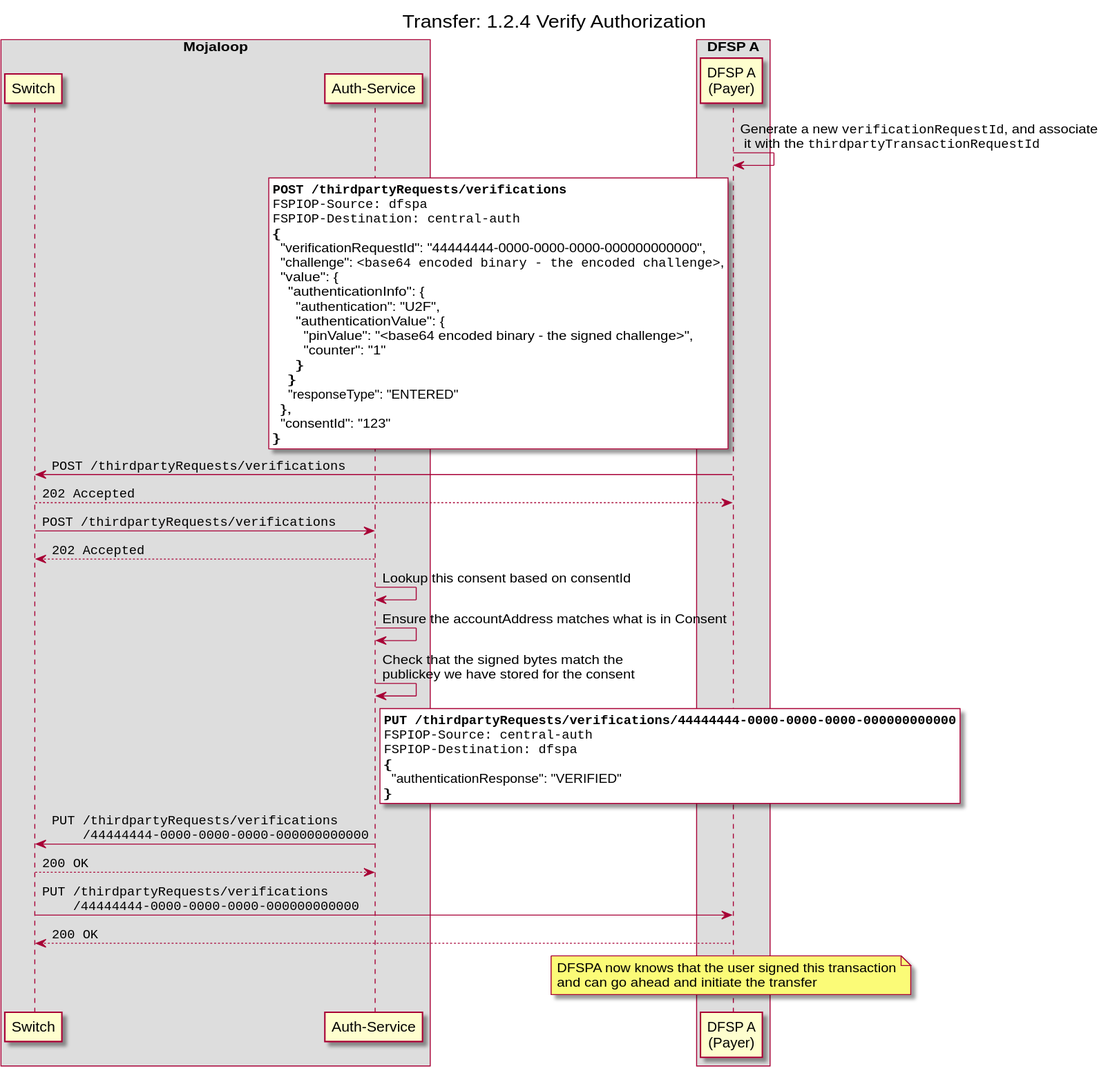
This is docs/out/transfer/1-2-4-verify-authorization.svg from mojaloop/pisp-project, a PlantUML export, as it was before one commit. Its source is kept beside it as docs/transfer/1-2-4-verify-authorization.puml.
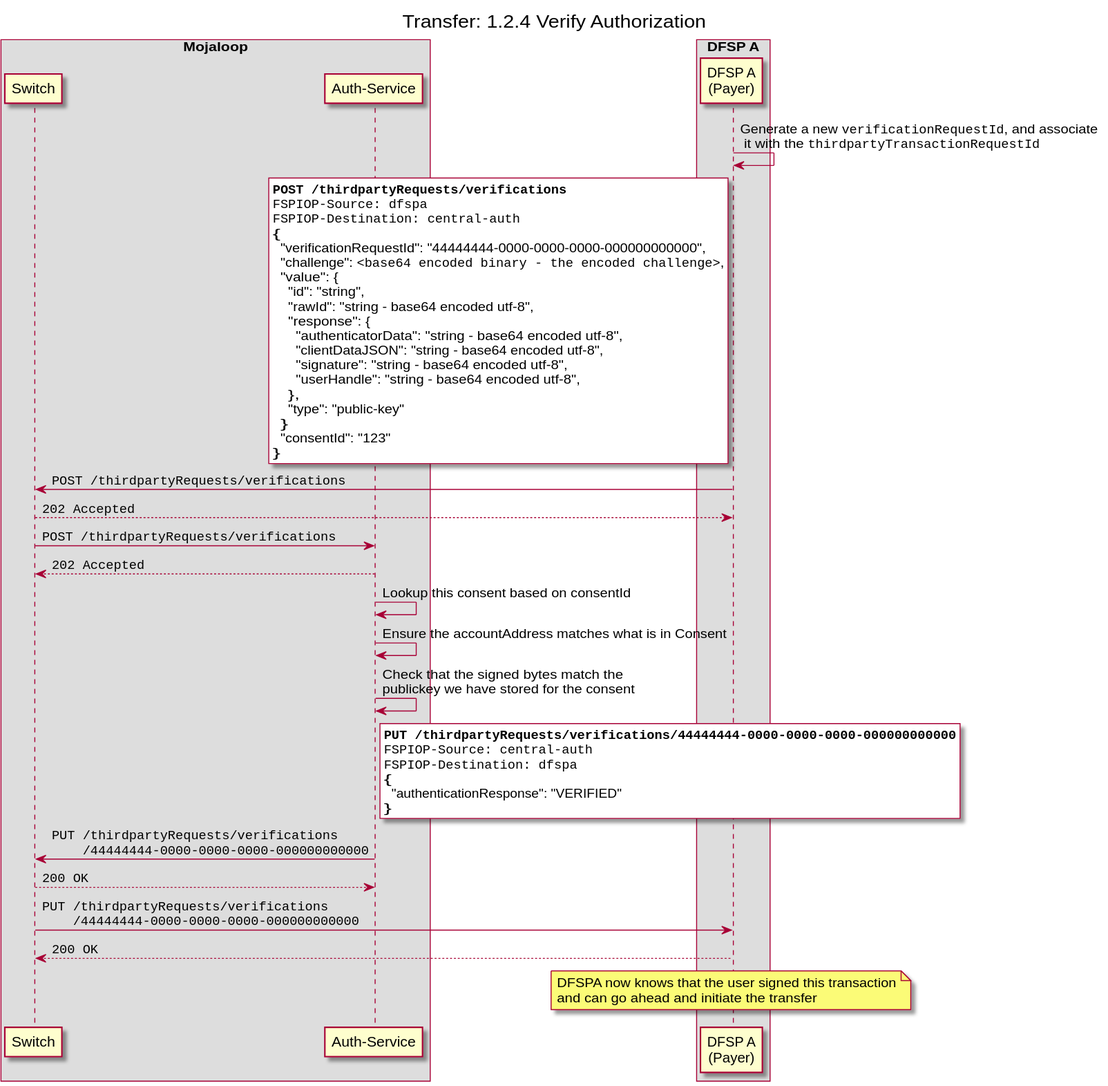
After the change.

Commit message:
feat: update /authorization and /verification payloads (#149)

The edit, as a diff of the source:
```diff
@@ -22,15 +22,16 @@
   "verificationRequestId": "44444444-0000-0000-0000-000000000000",
   "challenge": ""<base64 encoded binary - the encoded challenge>"",
   "value": {
-    "authenticationInfo": {
-      "authentication": "U2F",
-      "authenticationValue": {
-        "pinValue": "<base64 encoded binary - the signed challenge>",
-        "counter": "1"
-      }
-    }
-    "responseType": "ENTERED"
-  },
+    "id": "string",
+    "rawId": "string - base64 encoded utf-8",
+    "response": {
+      "authenticatorData": "string - base64 encoded utf-8",
+      "clientDataJSON": "string - base64 encoded utf-8",
+      "signature": "string - base64 encoded utf-8",
+      "userHandle": "string - base64 encoded utf-8",
+    },
+    "type": "public-key"
+  }
   "consentId": "123"
 }
 end note
```
